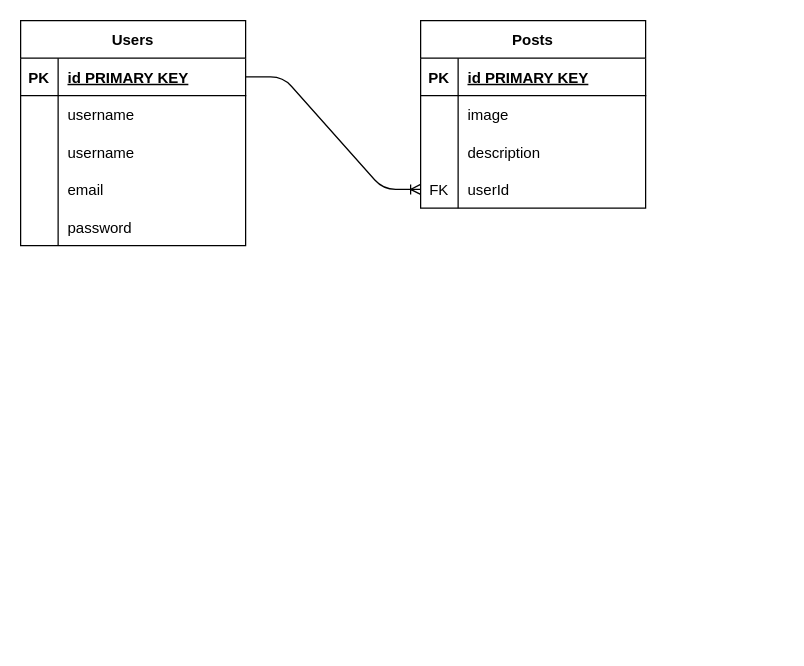
Rifandye/Anonymous keeps this draw.io diagram as whisper/ERD.drawio. Above is the earlier version. Source tidied: cells renumbered, new cells numbered last; positions are measured from the earlier drawing's top-left corner, leaving out a move shared by most shapes. Both pictures are drawn from the tidied source at 125%, with x=0, y=0 at pixel (20, 20).
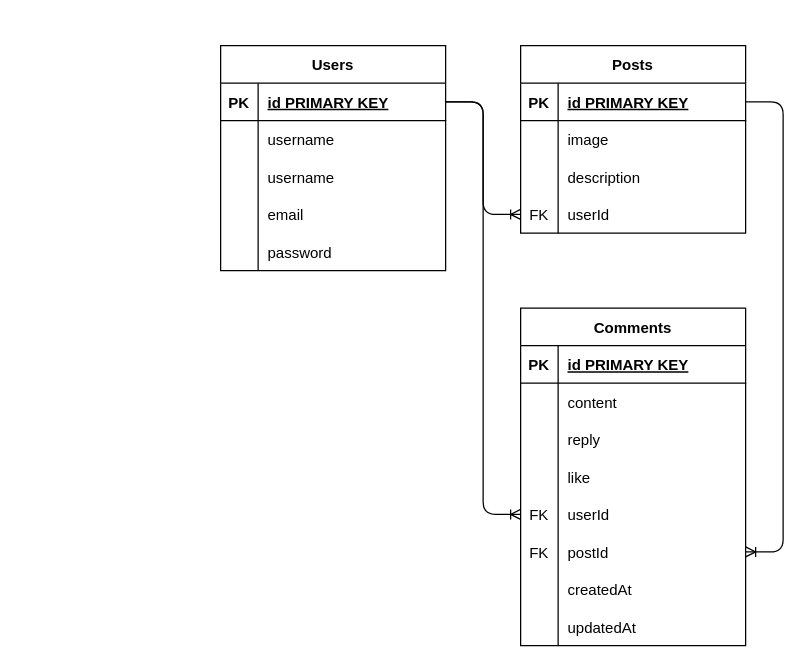
Above is the later version.

The change refers to these unchanged cells:
```xml
<mxCell id="3" style="shape=tableRow;horizontal=0;startSize=0;swimlaneHead=0;swimlaneBody=0;fillColor=none;points=[[0,0.5],[1,0.5]];portConstraint=eastwest;top=0;left=0;right=0;bottom=1;" parent="2" vertex="1">
  <mxGeometry y="30" width="180" height="30" as="geometry" />
</mxCell>
<mxCell id="19" style="shape=tableRow;horizontal=0;startSize=0;swimlaneHead=0;swimlaneBody=0;fillColor=none;points=[[0,0.5],[1,0.5]];portConstraint=eastwest;top=0;left=0;right=0;bottom=1;" parent="18" vertex="1">
  <mxGeometry y="30" width="180" height="30" as="geometry" />
</mxCell>
```

The edit, as a diff of the source:
```diff
@@
     <mxCell id="2" value="Users" style="shape=table;startSize=30;childLayout=tableLayout;rowLines=0;fontStyle=1;align=center;" parent="1" vertex="1">
-      <mxGeometry width="180" height="180" as="geometry" />
+      <mxGeometry x="160" y="20" width="180" height="180" as="geometry" />
     </mxCell>
@@
     <mxCell id="18" value="Posts" style="shape=table;startSize=30;childLayout=tableLayout;rowLines=0;fontStyle=1;align=center;" parent="1" vertex="1">
-      <mxGeometry x="320" width="180" height="150" as="geometry" />
+      <mxGeometry x="400" y="20" width="180" height="150" as="geometry" />
     </mxCell>
@@
+    <mxCell id="32" value="Comments" style="shape=table;startSize=30;childLayout=tableLayout;rowLines=0;fontStyle=1;align=center;" parent="1" vertex="1">
+      <mxGeometry x="400" y="230" width="180" height="270" as="geometry" />
+    </mxCell>
+    <mxCell id="33" style="shape=tableRow;horizontal=0;startSize=0;swimlaneHead=0;swimlaneBody=0;fillColor=none;top=0;left=0;right=0;bottom=1;" parent="32" vertex="1">
+      <mxGeometry y="30" width="180" height="30" as="geometry" />
+    </mxCell>
+    <mxCell id="34" value="PK" style="shape=partialRectangle;fillColor=none;top=0;left=0;bottom=0;right=0;fontStyle=1;overflow=hidden;" parent="33" vertex="1">
+      <mxGeometry width="30" height="30" as="geometry" />
+    </mxCell>
+    <mxCell id="35" value="id PRIMARY KEY" style="shape=partialRectangle;fillColor=none;top=0;left=0;bottom=0;right=0;align=left;spacingLeft=6;fontStyle=5;overflow=hidden;" parent="33" vertex="1">
+      <mxGeometry x="30" width="150" height="30" as="geometry" />
+    </mxCell>
+    <mxCell id="36" style="shape=tableRow;horizontal=0;startSize=0;swimlaneHead=0;swimlaneBody=0;fillColor=none;top=0;left=0;right=0;bottom=0;" parent="32" vertex="1">
+      <mxGeometry y="60" width="180" height="30" as="geometry" />
+    </mxCell>
+    <mxCell id="37" style="shape=partialRectangle;fillColor=none;top=0;left=0;bottom=0;right=0;overflow=hidden;" parent="36" vertex="1">
+      <mxGeometry width="30" height="30" as="geometry" />
+    </mxCell>
+    <mxCell id="38" value="content" style="shape=partialRectangle;fillColor=none;top=0;left=0;bottom=0;right=0;align=left;spacingLeft=6;overflow=hidden;" parent="36" vertex="1">
+      <mxGeometry x="30" width="150" height="30" as="geometry" />
+    </mxCell>
+    <mxCell id="39" style="shape=tableRow;horizontal=0;startSize=0;swimlaneHead=0;swimlaneBody=0;fillColor=none;top=0;left=0;right=0;bottom=0;" parent="32" vertex="1">
+      <mxGeometry y="90" width="180" height="30" as="geometry" />
+    </mxCell>
+    <mxCell id="40" style="shape=partialRectangle;fillColor=none;top=0;left=0;bottom=0;right=0;overflow=hidden;" parent="39" vertex="1">
+      <mxGeometry width="30" height="30" as="geometry" />
+    </mxCell>
+    <mxCell id="41" value="reply" style="shape=partialRectangle;fillColor=none;top=0;left=0;bottom=0;right=0;align=left;spacingLeft=6;overflow=hidden;" parent="39" vertex="1">
+      <mxGeometry x="30" width="150" height="30" as="geometry" />
+    </mxCell>
+    <mxCell id="42" style="shape=tableRow;horizontal=0;startSize=0;swimlaneHead=0;swimlaneBody=0;fillColor=none;top=0;left=0;right=0;bottom=0;" parent="32" vertex="1">
+      <mxGeometry y="120" width="180" height="30" as="geometry" />
+    </mxCell>
+    <mxCell id="43" style="shape=partialRectangle;fillColor=none;top=0;left=0;bottom=0;right=0;overflow=hidden;" parent="42" vertex="1">
+      <mxGeometry width="30" height="30" as="geometry" />
+    </mxCell>
+    <mxCell id="44" value="like" style="shape=partialRectangle;fillColor=none;top=0;left=0;bottom=0;right=0;align=left;spacingLeft=6;overflow=hidden;" parent="42" vertex="1">
+      <mxGeometry x="30" width="150" height="30" as="geometry" />
+    </mxCell>
+    <mxCell id="45" style="shape=tableRow;horizontal=0;startSize=0;swimlaneHead=0;swimlaneBody=0;fillColor=none;points=[[0,0.5],[1,0.5]];portConstraint=eastwest;top=0;left=0;right=0;bottom=0;" parent="32" vertex="1">
+      <mxGeometry y="150" width="180" height="30" as="geometry" />
+    </mxCell>
+    <mxCell id="46" value="FK" style="shape=partialRectangle;fillColor=none;top=0;left=0;bottom=0;right=0;overflow=hidden;" parent="45" vertex="1">
+      <mxGeometry width="30" height="30" as="geometry" />
+    </mxCell>
+    <mxCell id="47" value="userId" style="shape=partialRectangle;fillColor=none;top=0;left=0;bottom=0;right=0;align=left;spacingLeft=6;overflow=hidden;" parent="45" vertex="1">
+      <mxGeometry x="30" width="150" height="30" as="geometry" />
+    </mxCell>
+    <mxCell id="48" style="shape=tableRow;horizontal=0;startSize=0;swimlaneHead=0;swimlaneBody=0;fillColor=none;points=[[0,0.5],[1,0.5]];portConstraint=eastwest;top=0;left=0;right=0;bottom=0;" parent="32" vertex="1">
+      <mxGeometry y="180" width="180" height="30" as="geometry" />
+    </mxCell>
+    <mxCell id="49" value="FK" style="shape=partialRectangle;fillColor=none;top=0;left=0;bottom=0;right=0;overflow=hidden;" parent="48" vertex="1">
+      <mxGeometry width="30" height="30" as="geometry" />
+    </mxCell>
+    <mxCell id="50" value="postId" style="shape=partialRectangle;fillColor=none;top=0;left=0;bottom=0;right=0;align=left;spacingLeft=6;overflow=hidden;" parent="48" vertex="1">
+      <mxGeometry x="30" width="150" height="30" as="geometry" />
+    </mxCell>
+    <mxCell id="51" style="shape=tableRow;horizontal=0;startSize=0;swimlaneHead=0;swimlaneBody=0;fillColor=none;top=0;left=0;right=0;bottom=0;" parent="32" vertex="1">
+      <mxGeometry y="210" width="180" height="30" as="geometry" />
+    </mxCell>
+    <mxCell id="52" style="shape=partialRectangle;fillColor=none;top=0;left=0;bottom=0;right=0;overflow=hidden;" parent="51" vertex="1">
+      <mxGeometry width="30" height="30" as="geometry" />
+    </mxCell>
+    <mxCell id="53" value="createdAt" style="shape=partialRectangle;fillColor=none;top=0;left=0;bottom=0;right=0;align=left;spacingLeft=6;overflow=hidden;" parent="51" vertex="1">
+      <mxGeometry x="30" width="150" height="30" as="geometry" />
+    </mxCell>
+    <mxCell id="54" style="shape=tableRow;horizontal=0;startSize=0;swimlaneHead=0;swimlaneBody=0;fillColor=none;top=0;left=0;right=0;bottom=0;" parent="32" vertex="1">
+      <mxGeometry y="240" width="180" height="30" as="geometry" />
+    </mxCell>
+    <mxCell id="55" style="shape=partialRectangle;fillColor=none;top=0;left=0;bottom=0;right=0;overflow=hidden;" parent="54" vertex="1">
+      <mxGeometry width="30" height="30" as="geometry" />
+    </mxCell>
+    <mxCell id="56" value="updatedAt" style="shape=partialRectangle;fillColor=none;top=0;left=0;bottom=0;right=0;align=left;spacingLeft=6;overflow=hidden;" parent="54" vertex="1">
+      <mxGeometry x="30" width="150" height="30" as="geometry" />
+    </mxCell>
+    <mxCell id="57" style="edgeStyle=entityRelationEdgeStyle;fontSize=12;html=1;endArrow=ERoneToMany;exitX=1;exitY=0.5;exitDx=0;exitDy=0;" parent="1" edge="1" source="3" target="45">
+      <mxGeometry relative="1" as="geometry" />
+    </mxCell>
+    <mxCell id="58" style="edgeStyle=entityRelationEdgeStyle;fontSize=12;html=1;endArrow=ERoneToMany;" parent="1" edge="1" source="19" target="48">
+      <mxGeometry relative="1" as="geometry" />
+    </mxCell>
```
